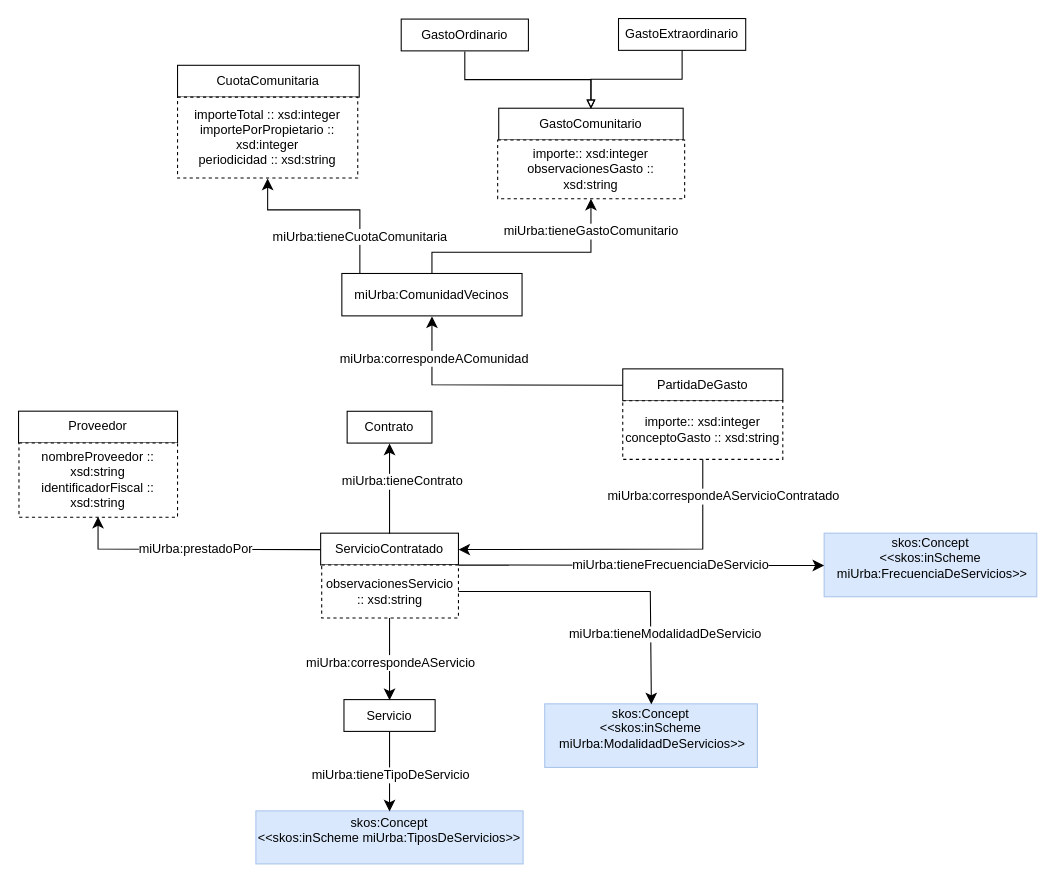
Before: page "gastos" (5 of 6) of diagrams/diagrama.drawio in oeg-upm/ontologia-miUrba, a draw.io diagram. Source tidied: cells renumbered, new cells numbered last; positions are measured from the earlier drawing's top-left corner, leaving out a move shared by most shapes. Both pictures are drawn from the tidied source at 106%, with x=0, y=0 at pixel (18, 18).
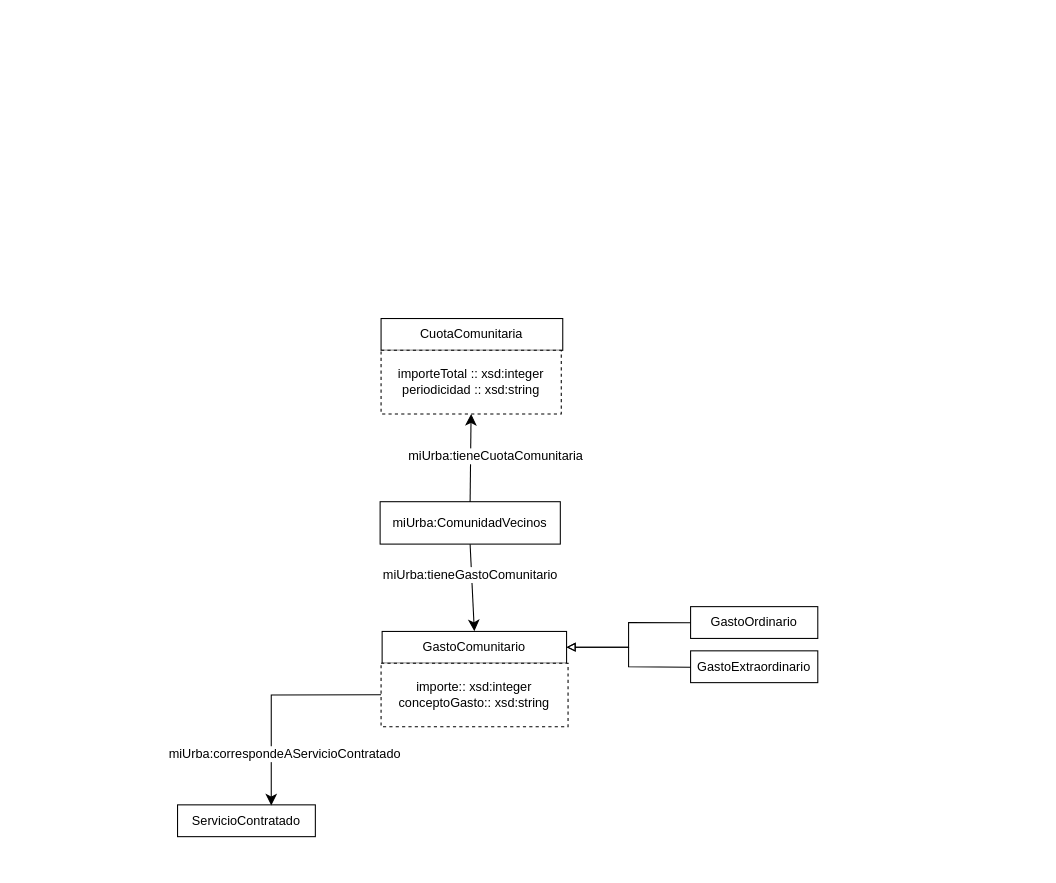
After the change.

Diff of the diagram source:
```diff
@@
-    <mxCell id="2" value="Servicio" style="rounded=0;whiteSpace=wrap;html=1;snapToPoint=1;points=[[0.1,0],[0.2,0],[0.3,0],[0.4,0],[0.5,0],[0.6,0],[0.7,0],[0.8,0],[0.9,0],[0,0.1],[0,0.3],[0,0.5],[0,0.7],[0,0.9],[0.1,1],[0.2,1],[0.3,1],[0.4,1],[0.5,1],[0.6,1],[0.7,1],[0.8,1],[0.9,1],[1,0.1],[1,0.3],[1,0.5],[1,0.7],[1,0.9]];" parent="1" vertex="1">
-      <mxGeometry x="307" y="642.5" width="86" height="30" as="geometry" />
-    </mxCell>
-    <mxCell id="3" value="&amp;nbsp;" style="edgeLabel;html=1;align=center;verticalAlign=middle;fontSize=11;" parent="1" vertex="1">
-      <mxGeometry x="107.9" y="381.5" as="geometry" />
-    </mxCell>
-    <mxCell id="4" value="skos:Concept&lt;div&gt;&amp;lt;&amp;lt;skos:inScheme miUrba:TiposDeServicios&amp;gt;&amp;gt;&lt;/div&gt;&lt;div&gt;&lt;br&gt;&lt;/div&gt;" style="rounded=0;whiteSpace=wrap;html=1;snapToPoint=1;points=[[0.1,0],[0.2,0],[0.3,0],[0.4,0],[0.5,0],[0.6,0],[0.7,0],[0.8,0],[0.9,0],[0,0.1],[0,0.3],[0,0.5],[0,0.7],[0,0.9],[0.1,1],[0.2,1],[0.3,1],[0.4,1],[0.5,1],[0.6,1],[0.7,1],[0.8,1],[0.9,1],[1,0.1],[1,0.3],[1,0.5],[1,0.7],[1,0.9]];fillColor=#D9E8FC;strokeColor=#A9C4EB;" parent="1" vertex="1">
-      <mxGeometry x="223.9" y="747.5" width="252.1" height="50" as="geometry" />
-    </mxCell>
-    <mxCell id="5" value="skos:Concept&lt;div&gt;&amp;lt;&amp;lt;skos:inScheme&lt;/div&gt;&lt;div&gt;&amp;nbsp;miUrba:ModalidadDeServicios&amp;gt;&amp;gt;&lt;/div&gt;&lt;div&gt;&lt;br&gt;&lt;/div&gt;" style="rounded=0;whiteSpace=wrap;html=1;snapToPoint=1;points=[[0.1,0],[0.2,0],[0.3,0],[0.4,0],[0.5,0],[0.6,0],[0.7,0],[0.8,0],[0.9,0],[0,0.1],[0,0.3],[0,0.5],[0,0.7],[0,0.9],[0.1,1],[0.2,1],[0.3,1],[0.4,1],[0.5,1],[0.6,1],[0.7,1],[0.8,1],[0.9,1],[1,0.1],[1,0.3],[1,0.5],[1,0.7],[1,0.9]];fillColor=#D9E8FC;strokeColor=#A9C4EB;" parent="1" vertex="1">
-      <mxGeometry x="496.4" y="646.5" width="200.6" height="60" as="geometry" />
-    </mxCell>
-    <mxCell id="6" value="Proveedor" style="rounded=0;whiteSpace=wrap;html=1;" parent="1" vertex="1">
-      <mxGeometry y="370.4" width="150" height="30" as="geometry" />
-    </mxCell>
+    <mxCell id="18" value="miUrba:ComunidadVecinos" style="rounded=0;whiteSpace=wrap;html=1;snapToPoint=1;points=[[0.1,0],[0.2,0],[0.3,0],[0.4,0],[0.5,0],[0.6,0],[0.7,0],[0.8,0],[0.9,0],[0,0.1],[0,0.3],[0,0.5],[0,0.7],[0,0.9],[0.1,1],[0.2,1],[0.3,1],[0.4,1],[0.5,1],[0.6,1],[0.7,1],[0.8,1],[0.9,1],[1,0.1],[1,0.3],[1,0.5],[1,0.7],[1,0.9]];" parent="1" vertex="1">
+      <mxGeometry x="341.1" y="455.8" width="170" height="40" as="geometry" />
+    </mxCell>
+    <mxCell id="44" value="&amp;nbsp;" style="edgeLabel;html=1;align=center;verticalAlign=middle;fontSize=11;" parent="1" vertex="1">
+      <mxGeometry x="575.6" y="463.6" as="geometry" />
+    </mxCell>
     <mxCell id="7" value="ServicioContratado" style="rounded=0;whiteSpace=wrap;html=1;snapToPoint=1;points=[[0.1,0],[0.2,0],[0.3,0],[0.4,0],[0.5,0],[0.6,0],[0.7,0],[0.8,0],[0.9,0],[0,0.1],[0,0.3],[0,0.5],[0,0.7],[0,0.9],[0.1,1],[0.2,1],[0.3,1],[0.4,1],[0.5,1],[0.6,1],[0.7,1],[0.8,1],[0.9,1],[1,0.1],[1,0.3],[1,0.5],[1,0.7],[1,0.9]];" parent="1" vertex="1">
-      <mxGeometry x="285" y="485.5" width="130" height="30" as="geometry" />
+      <mxGeometry x="150" y="741.8" width="130" height="30" as="geometry" />
     </mxCell>
-    <mxCell id="8" style="endArrow=classic;html=1;endSize=8;arcSize=0;rounded=0;" parent="1" edge="1" source="7" target="2">
-      <mxGeometry relative="1" as="geometry" />
-    </mxCell>
-    <mxCell id="9" value="&lt;div&gt;miUrba:correspondeAServicio&lt;/div&gt;" style="text;html=1;align=center;verticalAlign=middle;labelBackgroundColor=#ffffff;" parent="8" vertex="1">
-      <mxGeometry x="-0.13" relative="1" as="geometry">
-        <mxPoint y="36" as="offset" />
-      </mxGeometry>
-    </mxCell>
-    <mxCell id="10" style="endArrow=classic;html=1;endSize=8;arcSize=0;rounded=0;edgeStyle=orthogonalEdgeStyle;" parent="1" edge="1" source="7" target="5">
-      <mxGeometry relative="1" as="geometry">
-        <Array as="points">
-          <mxPoint x="385" y="540.5" />
-          <mxPoint x="596" y="540.5" />
-        </Array>
-      </mxGeometry>
-    </mxCell>
-    <mxCell id="11" value="&lt;div&gt;miUrba:tieneModalidadDeServicio&lt;/div&gt;" style="text;html=1;align=center;verticalAlign=middle;labelBackgroundColor=#ffffff;" parent="10" vertex="1">
-      <mxGeometry x="-0.13" relative="1" as="geometry">
-        <mxPoint x="100" y="40" as="offset" />
-      </mxGeometry>
-    </mxCell>
-    <mxCell id="12" style="endArrow=classic;html=1;endSize=8;arcSize=0;rounded=0;" parent="1" edge="1" source="2" target="4">
-      <mxGeometry relative="1" as="geometry" />
-    </mxCell>
-    <mxCell id="13" value="&lt;div&gt;miUrba:tieneTipoDeServicio&lt;/div&gt;" style="text;html=1;align=center;verticalAlign=middle;labelBackgroundColor=#ffffff;" parent="12" vertex="1">
-      <mxGeometry x="-0.13" relative="1" as="geometry">
-        <mxPoint y="7" as="offset" />
-      </mxGeometry>
-    </mxCell>
-    <mxCell id="14" value="skos:Concept&lt;div&gt;&amp;lt;&amp;lt;skos:inScheme&lt;/div&gt;&lt;div&gt;&amp;nbsp;miUrba:FrecuenciaDeServicios&amp;gt;&amp;gt;&lt;/div&gt;&lt;div&gt;&lt;br&gt;&lt;/div&gt;" style="rounded=0;whiteSpace=wrap;html=1;snapToPoint=1;points=[[0.1,0],[0.2,0],[0.3,0],[0.4,0],[0.5,0],[0.6,0],[0.7,0],[0.8,0],[0.9,0],[0,0.1],[0,0.3],[0,0.5],[0,0.7],[0,0.9],[0.1,1],[0.2,1],[0.3,1],[0.4,1],[0.5,1],[0.6,1],[0.7,1],[0.8,1],[0.9,1],[1,0.1],[1,0.3],[1,0.5],[1,0.7],[1,0.9]];fillColor=#D9E8FC;strokeColor=#A9C4EB;" parent="1" vertex="1">
-      <mxGeometry x="760" y="485.5" width="200.6" height="60" as="geometry" />
-    </mxCell>
-    <mxCell id="15" style="endArrow=classic;html=1;endSize=8;arcSize=0;rounded=0;edgeStyle=orthogonalEdgeStyle;" parent="1" edge="1" source="7" target="14">
-      <mxGeometry relative="1" as="geometry">
-        <Array as="points">
-          <mxPoint x="350" y="520.5" />
-          <mxPoint x="380" y="520.5" />
-          <mxPoint x="380" y="515.5" />
-        </Array>
-      </mxGeometry>
-    </mxCell>
-    <mxCell id="16" value="&lt;div&gt;miUrba:tieneFrecuenciaDeServicio&lt;/div&gt;" style="text;html=1;align=center;verticalAlign=middle;labelBackgroundColor=#ffffff;" parent="15" vertex="1">
-      <mxGeometry x="-0.13" relative="1" as="geometry">
-        <mxPoint x="92" as="offset" />
-      </mxGeometry>
-    </mxCell>
-    <mxCell id="17" value="observacionesServicio :: xsd:string" style="rounded=0;whiteSpace=wrap;html=1;dashed=1;" parent="1" vertex="1">
-      <mxGeometry x="286" y="515.5" width="129" height="50" as="geometry" />
-    </mxCell>
-    <mxCell id="18" value="miUrba:ComunidadVecinos" style="rounded=0;whiteSpace=wrap;html=1;snapToPoint=1;points=[[0.1,0],[0.2,0],[0.3,0],[0.4,0],[0.5,0],[0.6,0],[0.7,0],[0.8,0],[0.9,0],[0,0.1],[0,0.3],[0,0.5],[0,0.7],[0,0.9],[0.1,1],[0.2,1],[0.3,1],[0.4,1],[0.5,1],[0.6,1],[0.7,1],[0.8,1],[0.9,1],[1,0.1],[1,0.3],[1,0.5],[1,0.7],[1,0.9]];" parent="1" vertex="1">
-      <mxGeometry x="305" y="240.5" width="170" height="40" as="geometry" />
-    </mxCell>
-    <mxCell id="19" value="&amp;nbsp;" style="edgeLabel;html=1;align=center;verticalAlign=middle;fontSize=11;" parent="1" vertex="1">
-      <mxGeometry x="63.9" y="360.5" as="geometry" />
-    </mxCell>
-    <mxCell id="20" value="&amp;nbsp;" style="edgeLabel;html=1;align=center;verticalAlign=middle;fontSize=11;" parent="1" vertex="1">
-      <mxGeometry x="607.7" y="203.7" as="geometry" />
-    </mxCell>
+    <mxCell id="45" value="&amp;nbsp;" style="edgeLabel;html=1;align=center;verticalAlign=middle;fontSize=11;" parent="1" vertex="1">
+      <mxGeometry x="497.7" y="697.3" as="geometry" />
+    </mxCell>
     <mxCell id="21" value="CuotaComunitaria" style="rounded=0;whiteSpace=wrap;html=1;" parent="1" vertex="1">
-      <mxGeometry x="150" y="44.1" width="171.4" height="30" as="geometry" />
+      <mxGeometry x="342" y="283" width="171.4" height="30" as="geometry" />
     </mxCell>
     <mxCell id="22" value="GastoComunitario" style="rounded=0;whiteSpace=wrap;html=1;snapToPoint=1;points=[[0.1,0],[0.2,0],[0.3,0],[0.4,0],[0.5,0],[0.6,0],[0.7,0],[0.8,0],[0.9,0],[0,0.1],[0,0.3],[0,0.5],[0,0.7],[0,0.9],[0.1,1],[0.2,1],[0.3,1],[0.4,1],[0.5,1],[0.6,1],[0.7,1],[0.8,1],[0.9,1],[1,0.1],[1,0.3],[1,0.5],[1,0.7],[1,0.9]];" parent="1" vertex="1">
-      <mxGeometry x="453" y="84.6" width="174" height="30" as="geometry" />
+      <mxGeometry x="343" y="578.2" width="174" height="30" as="geometry" />
     </mxCell>
-    <mxCell id="23" value="&lt;span style=&quot;font-size: 12px;&quot;&gt;miUrba:tieneCuotaComunitaria&lt;/span&gt;" style="endArrow=classic;html=1;endSize=8;arcSize=0;rounded=0;edgeStyle=orthogonalEdgeStyle;exitX=0.1;exitY=0;exitDx=0;exitDy=0;" parent="1" edge="1" source="18" target="28">
-      <mxGeometry x="-0.6" relative="1" as="geometry">
-        <Array as="points">
-          <mxPoint x="322" y="180.5" />
-          <mxPoint x="235" y="180.5" />
-        </Array>
-      </mxGeometry>
+    <mxCell id="23" value="&lt;span style=&quot;font-size: 12px;&quot;&gt;miUrba:tieneCuotaComunitaria&lt;/span&gt;" style="endArrow=classic;html=1;endSize=8;arcSize=0;rounded=0;edgeStyle=orthogonalEdgeStyle;jumpStyle=arc;jumpSize=11;entryX=0.5;entryY=1;entryDx=0;entryDy=0;" parent="1" edge="1" source="18" target="46">
+      <mxGeometry x="0.04" y="-23" relative="1" as="geometry" />
     </mxCell>
     <mxCell id="24" value="GastoOrdinario" style="rounded=0;whiteSpace=wrap;html=1;snapToPoint=1;points=[[0.1,0],[0.2,0],[0.3,0],[0.4,0],[0.5,0],[0.6,0],[0.7,0],[0.8,0],[0.9,0],[0,0.1],[0,0.3],[0,0.5],[0,0.7],[0,0.9],[0.1,1],[0.2,1],[0.3,1],[0.4,1],[0.5,1],[0.6,1],[0.7,1],[0.8,1],[0.9,1],[1,0.1],[1,0.3],[1,0.5],[1,0.7],[1,0.9]];" parent="1" vertex="1">
-      <mxGeometry x="361" y="0.5" width="120" height="30" as="geometry" />
+      <mxGeometry x="634" y="554.8" width="120" height="30" as="geometry" />
     </mxCell>
     <mxCell id="25" value="GastoExtraordinario" style="rounded=0;whiteSpace=wrap;html=1;snapToPoint=1;points=[[0.1,0],[0.2,0],[0.3,0],[0.4,0],[0.5,0],[0.6,0],[0.7,0],[0.8,0],[0.9,0],[0,0.1],[0,0.3],[0,0.5],[0,0.7],[0,0.9],[0.1,1],[0.2,1],[0.3,1],[0.4,1],[0.5,1],[0.6,1],[0.7,1],[0.8,1],[0.9,1],[1,0.1],[1,0.3],[1,0.5],[1,0.7],[1,0.9]];" parent="1" vertex="1">
-      <mxGeometry x="566" width="120" height="30" as="geometry" />
+      <mxGeometry x="634" y="596.5" width="120" height="30" as="geometry" />
     </mxCell>
@@
-    <mxCell id="28" value="importeTotal :: xsd:integer&lt;div&gt;importePorPropietario :: xsd:integer&lt;/div&gt;&lt;div&gt;periodicidad :: xsd:string&lt;/div&gt;" style="rounded=0;whiteSpace=wrap;html=1;snapToPoint=1;points=[[0.1,0],[0.2,0],[0.3,0],[0.4,0],[0.5,0],[0.6,0],[0.7,0],[0.8,0],[0.9,0],[0,0.1],[0,0.3],[0,0.5],[0,0.7],[0,0.9],[0.1,1],[0.2,1],[0.3,1],[0.4,1],[0.5,1],[0.6,1],[0.7,1],[0.8,1],[0.9,1],[1,0.1],[1,0.3],[1,0.5],[1,0.7],[1,0.9]];dashed=1;" parent="1" vertex="1">
-      <mxGeometry x="150" y="74.1" width="170" height="76.4" as="geometry" />
-    </mxCell>
-    <mxCell id="29" style="endArrow=classic;html=1;endSize=8;arcSize=0;rounded=0;edgeStyle=orthogonalEdgeStyle;" parent="1" edge="1" source="18" target="31">
-      <mxGeometry relative="1" as="geometry">
-        <Array as="points">
-          <mxPoint x="390" y="220.5" />
-          <mxPoint x="540" y="220.5" />
-        </Array>
-      </mxGeometry>
-    </mxCell>
+    <mxCell id="46" value="importeTotal :: xsd:integer&lt;div&gt;periodicidad :: xsd:string&lt;/div&gt;" style="rounded=0;whiteSpace=wrap;html=1;snapToPoint=1;points=[[0.1,0],[0.2,0],[0.3,0],[0.4,0],[0.5,0],[0.6,0],[0.7,0],[0.8,0],[0.9,0],[0,0.1],[0,0.3],[0,0.5],[0,0.7],[0,0.9],[0.1,1],[0.2,1],[0.3,1],[0.4,1],[0.5,1],[0.6,1],[0.7,1],[0.8,1],[0.9,1],[1,0.1],[1,0.3],[1,0.5],[1,0.7],[1,0.9]];dashed=1;" parent="1" vertex="1">
+      <mxGeometry x="342" y="313" width="170" height="60" as="geometry" />
+    </mxCell>
+    <mxCell id="47" style="endArrow=classic;html=1;endSize=8;arcSize=0;rounded=0;edgeStyle=orthogonalEdgeStyle;jumpStyle=arc;jumpSize=10;" parent="1" edge="1" source="18" target="22">
+      <mxGeometry relative="1" as="geometry">
+        <Array as="points">
+          <mxPoint x="430" y="495.8" />
+        </Array>
+      </mxGeometry>
+    </mxCell>
-    <mxCell id="30" value="&lt;div&gt;miUrba:tieneGastoComunitario&lt;/div&gt;" style="text;html=1;align=center;verticalAlign=middle;labelBackgroundColor=#ffffff;" parent="29" vertex="1">
+    <mxCell id="30" value="&lt;div&gt;miUrba:tieneGastoComunitario&lt;/div&gt;" style="text;html=1;align=center;verticalAlign=middle;labelBackgroundColor=#ffffff;" parent="47" vertex="1">
       <mxGeometry x="-0.13" relative="1" as="geometry">
-        <mxPoint x="74" y="-20" as="offset" />
+        <mxPoint x="-2" y="-7" as="offset" />
       </mxGeometry>
     </mxCell>
-    <mxCell id="31" value="importe:: xsd:integer&lt;div&gt;observacionesGasto :: xsd:string&lt;/div&gt;" style="rounded=0;whiteSpace=wrap;html=1;snapToPoint=1;points=[[0.1,0],[0.2,0],[0.3,0],[0.4,0],[0.5,0],[0.6,0],[0.7,0],[0.8,0],[0.9,0],[0,0.1],[0,0.3],[0,0.5],[0,0.7],[0,0.9],[0.1,1],[0.2,1],[0.3,1],[0.4,1],[0.5,1],[0.6,1],[0.7,1],[0.8,1],[0.9,1],[1,0.1],[1,0.3],[1,0.5],[1,0.7],[1,0.9]];dashed=1;" parent="1" vertex="1">
-      <mxGeometry x="452" y="114.6" width="176.4" height="55.4" as="geometry" />
-    </mxCell>
-    <mxCell id="32" value="nombreProveedor :: xsd:string&lt;div&gt;identificadorFiscal :: xsd:string&lt;/div&gt;" style="rounded=0;whiteSpace=wrap;html=1;snapToPoint=1;points=[[0.1,0],[0.2,0],[0.3,0],[0.4,0],[0.5,0],[0.6,0],[0.7,0],[0.8,0],[0.9,0],[0,0.1],[0,0.3],[0,0.5],[0,0.7],[0,0.9],[0.1,1],[0.2,1],[0.3,1],[0.4,1],[0.5,1],[0.6,1],[0.7,1],[0.8,1],[0.9,1],[1,0.1],[1,0.3],[1,0.5],[1,0.7],[1,0.9]];dashed=1;" parent="1" vertex="1">
-      <mxGeometry x="0.4" y="400.4" width="149.6" height="70" as="geometry" />
-    </mxCell>
-    <mxCell id="33" style="endArrow=classic;html=1;endSize=8;arcSize=0;rounded=0;edgeStyle=orthogonalEdgeStyle;" parent="1" edge="1" source="7" target="32">
-      <mxGeometry relative="1" as="geometry">
-        <Array as="points">
-          <mxPoint x="75" y="500.5" />
-        </Array>
-      </mxGeometry>
-    </mxCell>
-    <mxCell id="34" value="&lt;div&gt;miUrba:prestadoPor&lt;/div&gt;" style="text;html=1;align=center;verticalAlign=middle;labelBackgroundColor=#ffffff;" parent="33" vertex="1">
-      <mxGeometry x="-0.13" relative="1" as="geometry">
-        <mxPoint x="-14" as="offset" />
-      </mxGeometry>
-    </mxCell>
-    <mxCell id="35" value="PartidaDeGasto" style="rounded=0;whiteSpace=wrap;html=1;snapToPoint=1;points=[[0.1,0],[0.2,0],[0.3,0],[0.4,0],[0.5,0],[0.6,0],[0.7,0],[0.8,0],[0.9,0],[0,0.1],[0,0.3],[0,0.5],[0,0.7],[0,0.9],[0.1,1],[0.2,1],[0.3,1],[0.4,1],[0.5,1],[0.6,1],[0.7,1],[0.8,1],[0.9,1],[1,0.1],[1,0.3],[1,0.5],[1,0.7],[1,0.9]];" parent="1" vertex="1">
-      <mxGeometry x="570" y="330.5" width="151" height="30" as="geometry" />
-    </mxCell>
-    <mxCell id="36" value="Contrato" style="rounded=0;whiteSpace=wrap;html=1;snapToPoint=1;points=[[0.1,0],[0.2,0],[0.3,0],[0.4,0],[0.5,0],[0.6,0],[0.7,0],[0.8,0],[0.9,0],[0,0.1],[0,0.3],[0,0.5],[0,0.7],[0,0.9],[0.1,1],[0.2,1],[0.3,1],[0.4,1],[0.5,1],[0.6,1],[0.7,1],[0.8,1],[0.9,1],[1,0.1],[1,0.3],[1,0.5],[1,0.7],[1,0.9]];" parent="1" vertex="1">
-      <mxGeometry x="310" y="370.5" width="80" height="30" as="geometry" />
-    </mxCell>
-    <mxCell id="37" style="endArrow=classic;html=1;endSize=8;arcSize=0;rounded=0;edgeStyle=orthogonalEdgeStyle;" parent="1" edge="1" source="7" target="36">
-      <mxGeometry relative="1" as="geometry" />
-    </mxCell>
-    <mxCell id="38" value="&lt;div&gt;miUrba:tieneContrato&lt;/div&gt;" style="text;html=1;align=center;verticalAlign=middle;labelBackgroundColor=#ffffff;" parent="37" vertex="1">
-      <mxGeometry x="-0.13" relative="1" as="geometry">
-        <mxPoint x="11" y="-13" as="offset" />
-      </mxGeometry>
-    </mxCell>
-    <mxCell id="39" style="endArrow=classic;html=1;endSize=8;arcSize=0;rounded=0;edgeStyle=orthogonalEdgeStyle;exitX=0.5;exitY=0;exitDx=0;exitDy=0;" parent="1" edge="1" source="41" target="7">
-      <mxGeometry relative="1" as="geometry">
-        <Array as="points">
-          <mxPoint x="646" y="500.5" />
-        </Array>
-      </mxGeometry>
-    </mxCell>
+    <mxCell id="48" value="&lt;div&gt;&lt;br&gt;&lt;/div&gt;importe:: xsd:integer&lt;div&gt;conceptoGasto:: xsd:string&lt;div&gt;&lt;br&gt;&lt;/div&gt;&lt;/div&gt;" style="rounded=0;whiteSpace=wrap;html=1;snapToPoint=1;points=[[0.1,0],[0.2,0],[0.3,0],[0.4,0],[0.5,0],[0.6,0],[0.7,0],[0.8,0],[0.9,0],[0,0.1],[0,0.3],[0,0.5],[0,0.7],[0,0.9],[0.1,1],[0.2,1],[0.3,1],[0.4,1],[0.5,1],[0.6,1],[0.7,1],[0.8,1],[0.9,1],[1,0.1],[1,0.3],[1,0.5],[1,0.7],[1,0.9]];dashed=1;" parent="1" vertex="1">
+      <mxGeometry x="342" y="608.2" width="176.4" height="60" as="geometry" />
+    </mxCell>
+    <mxCell id="49" style="endArrow=classic;html=1;endSize=8;arcSize=0;rounded=0;edgeStyle=orthogonalEdgeStyle;entryX=0.68;entryY=0.02;entryDx=0;entryDy=0;entryPerimeter=0;jumpStyle=arc;jumpSize=12;" parent="1" edge="1" source="48" target="7">
+      <mxGeometry relative="1" as="geometry" />
+    </mxCell>
-    <mxCell id="40" value="&lt;div&gt;miUrba:correspondeAServicioContratado&lt;/div&gt;" style="text;html=1;align=center;verticalAlign=middle;labelBackgroundColor=#ffffff;" parent="39" vertex="1">
+    <mxCell id="40" value="&lt;div&gt;miUrba:correspondeAServicioContratado&lt;/div&gt;" style="text;html=1;align=center;verticalAlign=middle;labelBackgroundColor=#ffffff;" parent="49" vertex="1">
       <mxGeometry x="-0.13" relative="1" as="geometry">
-        <mxPoint x="40" y="-50" as="offset" />
+        <mxPoint x="-2" y="55" as="offset" />
       </mxGeometry>
     </mxCell>
-    <mxCell id="41" value="importe:: xsd:integer&lt;div&gt;conceptoGasto :: xsd:string&lt;/div&gt;" style="rounded=0;whiteSpace=wrap;html=1;snapToPoint=1;points=[[0.1,0],[0.2,0],[0.3,0],[0.4,0],[0.5,0],[0.6,0],[0.7,0],[0.8,0],[0.9,0],[0,0.1],[0,0.3],[0,0.5],[0,0.7],[0,0.9],[0.1,1],[0.2,1],[0.3,1],[0.4,1],[0.5,1],[0.6,1],[0.7,1],[0.8,1],[0.9,1],[1,0.1],[1,0.3],[1,0.5],[1,0.7],[1,0.9]];dashed=1;" parent="1" vertex="1">
-      <mxGeometry x="570" y="360.5" width="151" height="55.4" as="geometry" />
-    </mxCell>
-    <mxCell id="42" style="endArrow=classic;html=1;endSize=8;arcSize=0;rounded=0;edgeStyle=orthogonalEdgeStyle;" parent="1" edge="1" source="35" target="18">
-      <mxGeometry relative="1" as="geometry" />
-    </mxCell>
-    <mxCell id="43" value="&lt;div&gt;miUrba:correspondeAComunidad&lt;/div&gt;" style="text;html=1;align=center;verticalAlign=middle;labelBackgroundColor=#ffffff;" parent="42" vertex="1">
-      <mxGeometry x="-0.13" relative="1" as="geometry">
-        <mxPoint x="-73" y="-25" as="offset" />
-      </mxGeometry>
-    </mxCell>
```
